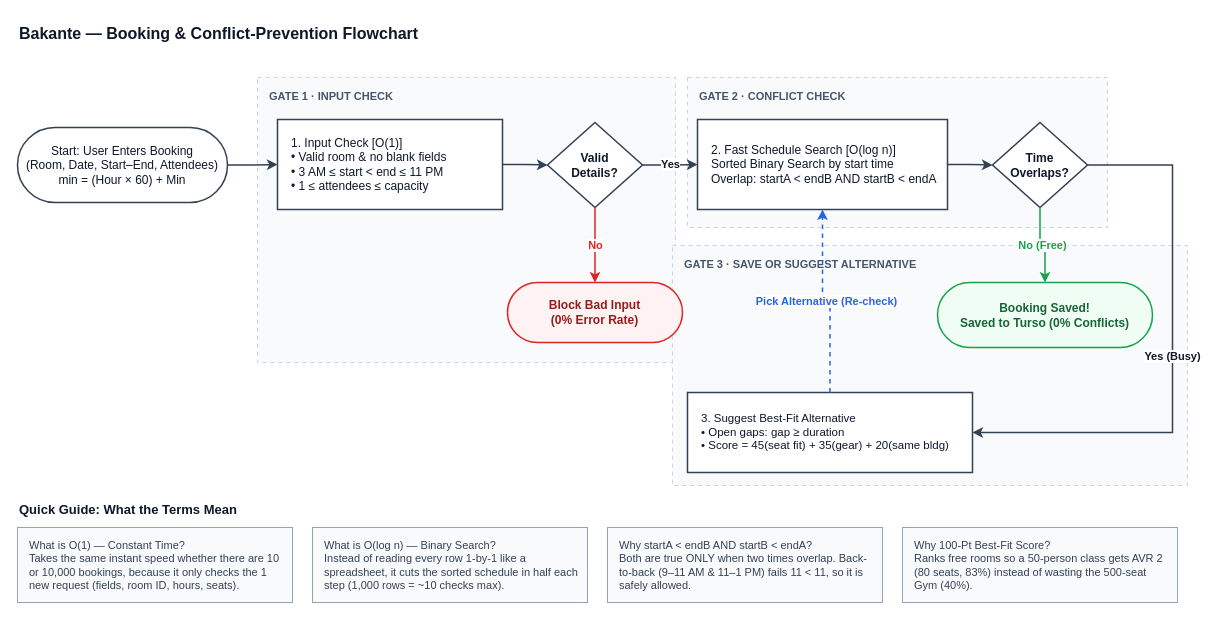
This is page "1. Booking & Conflict Flow" (1 of 3) of Bakante.drawio from jrrddev/Bakante, a draw.io file, before an edit. Source tidied: cells renumbered, new cells numbered last; positions are measured from the earlier drawing's top-left corner, leaving out a move shared by most shapes. Both pictures are drawn from the tidied source at 100%, with x=0, y=0 at pixel (17, 17).
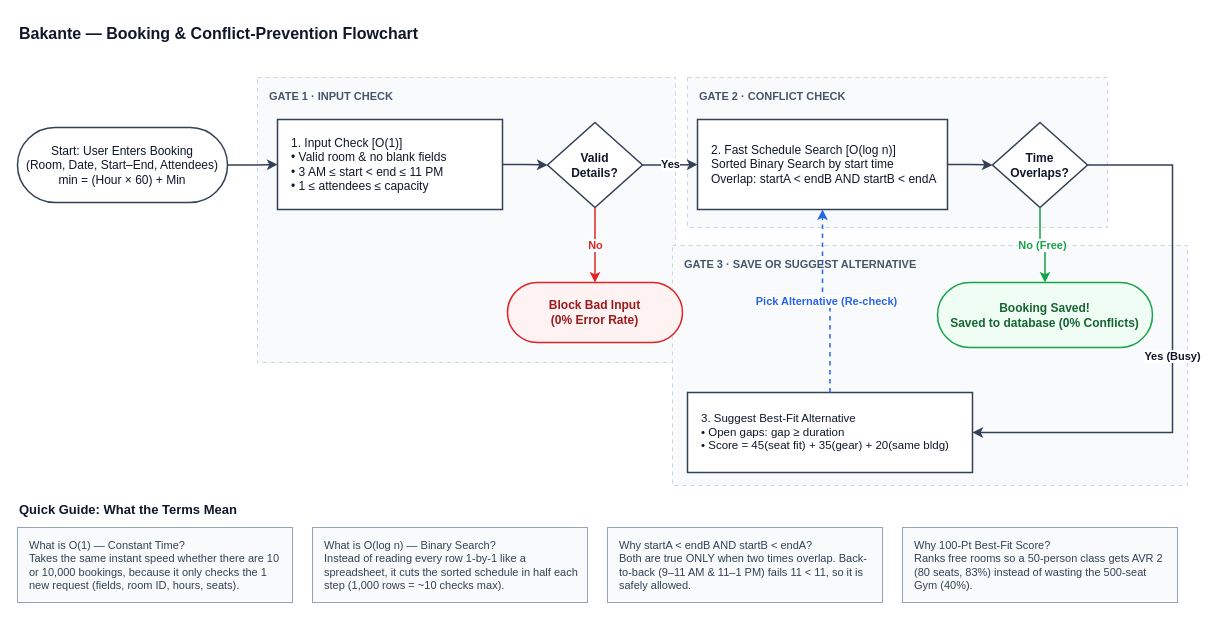
The same diagram, later.

What changed in the source:
```diff
@@
-    <mxCell id="12" value="Booking Saved!&#10;Saved to Turso (0% Conflicts)" style="rounded=1;whiteSpace=wrap;html=1;arcSize=50;fillColor=#f0fdf4;strokeColor=#16a34a;strokeWidth=1.5;fontColor=#166534;fontSize=12;fontStyle=1;" parent="1" vertex="1">
+    <mxCell id="12" value="Booking Saved!&lt;br&gt;Saved to database (0% Conflicts)" style="rounded=1;whiteSpace=wrap;html=1;arcSize=50;fillColor=#f0fdf4;strokeColor=#16a34a;strokeWidth=1.5;fontColor=#166534;fontSize=12;fontStyle=1;" parent="1" vertex="1">
       <mxGeometry x="920" y="265" width="215" height="65" as="geometry" />
     </mxCell>
```
